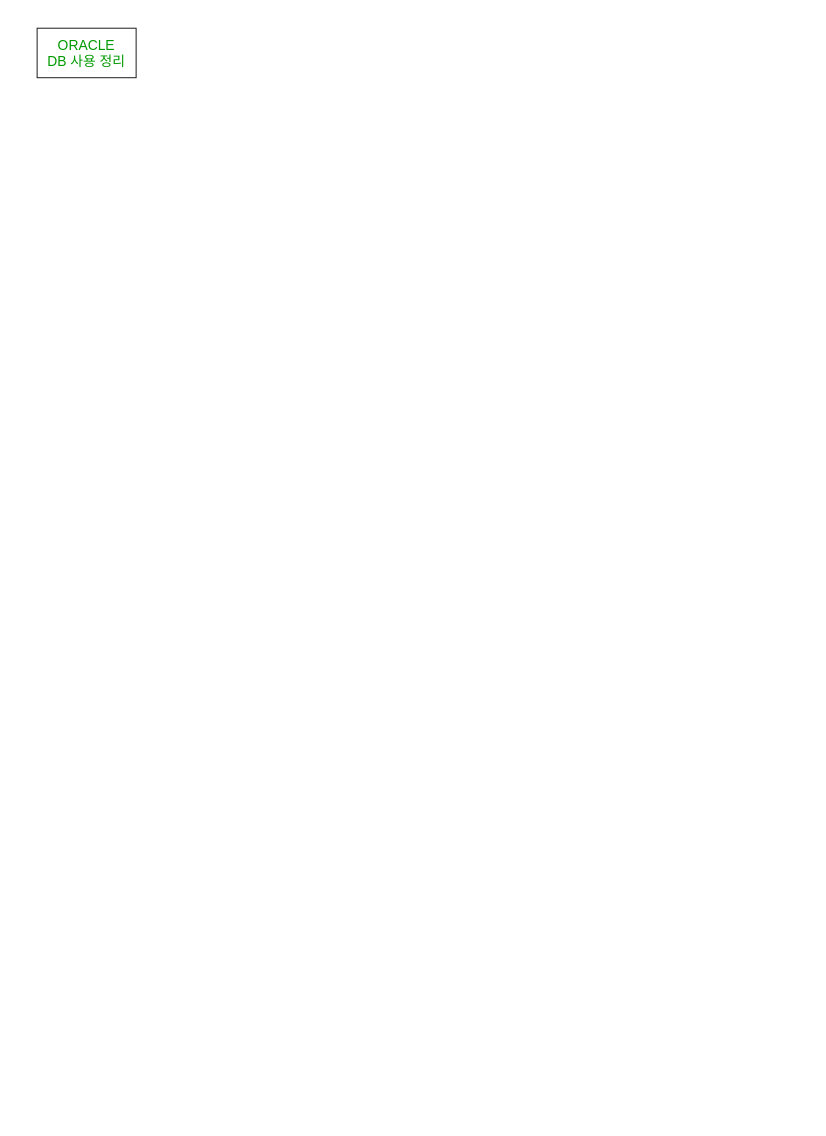
Before: page "ORACLE(SQL)" (16 of 22) of 제목 없는 다이어그램.drawio in toseeto123/prac, a draw.io diagram. Source tidied: cells renumbered, new cells numbered last; positions are measured from the earlier drawing's top-left corner, leaving out a move shared by most shapes. Both pictures are drawn from the tidied source at 99%, with x=0, y=0 at pixel (37, 28).
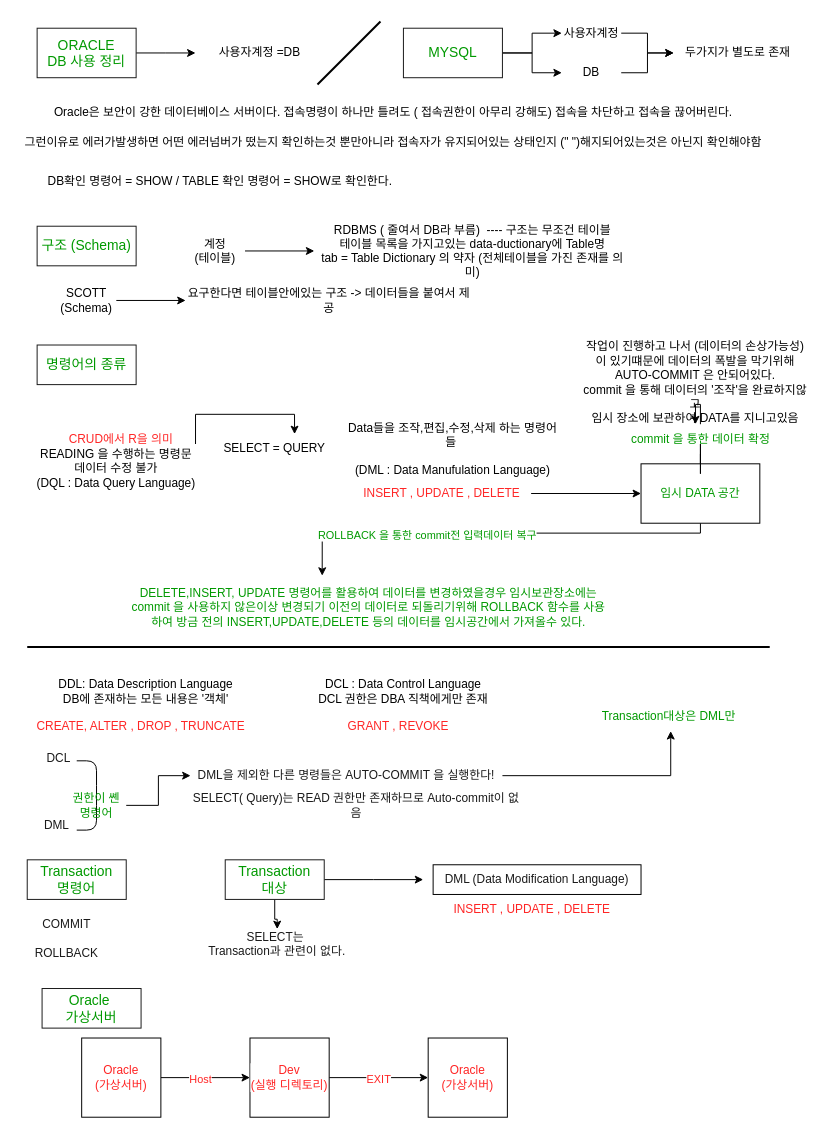
Above is the later version.

Commit message:
제목 없는 다이어그램.drawio 업데이트

Unchanged cells that the change refers to:
```xml
<mxCell id="2" value="ORACLE&lt;br&gt;DB 사용 정리" style="rounded=0;whiteSpace=wrap;html=1;fontSize=14;fontColor=#009900;strokeColor=#1A1A1A;" parent="1" vertex="1">
  <mxGeometry width="100" height="50" as="geometry" />
</mxCell>
```

The edit, as a diff of the source:
```diff
@@
+    <mxCell id="3" style="edgeStyle=orthogonalEdgeStyle;rounded=0;jettySize=auto;html=1;" parent="1" edge="1" source="2">
+      <mxGeometry relative="1" as="geometry">
+        <mxPoint x="160" y="25" as="targetPoint" />
+      </mxGeometry>
+    </mxCell>
@@
+    <mxCell id="4" value="Oracle은 보안이 강한 데이터베이스 서버이다. 접속명령이 하나만 틀려도 ( 접속권한이 아무리 강해도) 접속을 차단하고 접속을 끊어버린다." style="text;strokeColor=none;align=center;fillColor=none;html=1;verticalAlign=middle;whiteSpace=wrap;rounded=0;" parent="1" vertex="1">
+      <mxGeometry x="-20" y="70" width="760" height="30" as="geometry" />
+    </mxCell>
+    <mxCell id="5" value="그런이유로 에러가발생하면 어떤 에러넘버가 떴는지 확인하는것 뿐만아니라 접속자가 유지되어있는 상태인지 (&quot; &quot;)해지되어있는것은 아닌지 확인해야함" style="text;strokeColor=none;align=center;fillColor=none;html=1;verticalAlign=middle;whiteSpace=wrap;rounded=0;" parent="1" vertex="1">
+      <mxGeometry x="-20" y="100" width="760" height="30" as="geometry" />
+    </mxCell>
+    <mxCell id="6" value="사용자계정 =DB" style="text;strokeColor=none;align=center;fillColor=none;html=1;verticalAlign=middle;whiteSpace=wrap;rounded=0;" parent="1" vertex="1">
+      <mxGeometry x="170" y="10" width="110" height="30" as="geometry" />
+    </mxCell>
+    <mxCell id="7" style="line;strokeWidth=2;html=1;fontSize=12;fontColor=#3333FF;rotation=-45;" parent="1" vertex="1">
+      <mxGeometry x="270" y="20" width="90" height="10" as="geometry" />
+    </mxCell>
+    <mxCell id="8" style="edgeStyle=orthogonalEdgeStyle;rounded=0;jettySize=auto;html=1;entryX=0;entryY=0.5;entryDx=0;entryDy=0;" parent="1" edge="1" source="10" target="12">
+      <mxGeometry relative="1" as="geometry" />
+    </mxCell>
+    <mxCell id="9" style="edgeStyle=orthogonalEdgeStyle;rounded=0;jettySize=auto;html=1;entryX=0;entryY=0.5;entryDx=0;entryDy=0;" parent="1" edge="1" source="10" target="14">
+      <mxGeometry relative="1" as="geometry" />
+    </mxCell>
+    <mxCell id="10" value="MYSQL" style="rounded=0;whiteSpace=wrap;html=1;fontSize=14;fontColor=#009900;strokeColor=#1A1A1A;" parent="1" vertex="1">
+      <mxGeometry x="370" width="100" height="50" as="geometry" />
+    </mxCell>
+    <mxCell id="11" style="edgeStyle=orthogonalEdgeStyle;rounded=0;jettySize=auto;html=1;entryX=0;entryY=0.5;entryDx=0;entryDy=0;" parent="1" edge="1" source="12" target="15">
+      <mxGeometry relative="1" as="geometry" />
+    </mxCell>
+    <mxCell id="12" value="사용자계정" style="text;strokeColor=none;align=center;fillColor=none;html=1;verticalAlign=middle;whiteSpace=wrap;rounded=0;" parent="1" vertex="1">
+      <mxGeometry x="530" y="-10" width="60" height="30" as="geometry" />
+    </mxCell>
+    <mxCell id="13" style="edgeStyle=orthogonalEdgeStyle;rounded=0;jettySize=auto;html=1;" parent="1" edge="1" source="14" target="15">
+      <mxGeometry relative="1" as="geometry" />
+    </mxCell>
+    <mxCell id="14" value="DB" style="text;strokeColor=none;align=center;fillColor=none;html=1;verticalAlign=middle;whiteSpace=wrap;rounded=0;" parent="1" vertex="1">
+      <mxGeometry x="530" y="30" width="60" height="30" as="geometry" />
+    </mxCell>
+    <mxCell id="15" value="두가지가 별도로 존재" style="text;strokeColor=none;align=center;fillColor=none;html=1;verticalAlign=middle;whiteSpace=wrap;rounded=0;" parent="1" vertex="1">
+      <mxGeometry x="643" y="10" width="130" height="30" as="geometry" />
+    </mxCell>
+    <mxCell id="16" value="DB확인 명령어 = SHOW / TABLE 확인 명령어 = SHOW로 확인한다." style="text;strokeColor=none;align=center;fillColor=none;html=1;verticalAlign=middle;whiteSpace=wrap;rounded=0;" parent="1" vertex="1">
+      <mxGeometry y="140" width="370" height="30" as="geometry" />
+    </mxCell>
+    <mxCell id="17" value="구조 (Schema)" style="rounded=0;whiteSpace=wrap;html=1;fontSize=14;fontColor=#009900;strokeColor=#1A1A1A;" parent="1" vertex="1">
+      <mxGeometry y="200" width="100" height="40" as="geometry" />
+    </mxCell>
+    <mxCell id="18" style="edgeStyle=orthogonalEdgeStyle;rounded=0;jettySize=auto;html=1;entryX=0;entryY=0.5;entryDx=0;entryDy=0;" parent="1" edge="1" source="19" target="20">
+      <mxGeometry relative="1" as="geometry" />
+    </mxCell>
+    <mxCell id="19" value="SCOTT&lt;br&gt;(Schema)" style="text;strokeColor=none;align=center;fillColor=none;html=1;verticalAlign=middle;whiteSpace=wrap;rounded=0;" parent="1" vertex="1">
+      <mxGeometry x="20" y="260" width="60" height="30" as="geometry" />
+    </mxCell>
+    <mxCell id="20" value="요구한다면 테이블안에있는 구조 -&amp;gt; 데이터들을 붙여서 제공" style="text;strokeColor=none;align=center;fillColor=none;html=1;verticalAlign=middle;whiteSpace=wrap;rounded=0;" parent="1" vertex="1">
+      <mxGeometry x="150" y="260" width="290" height="30" as="geometry" />
+    </mxCell>
+    <mxCell id="21" style="edgeStyle=orthogonalEdgeStyle;rounded=0;jettySize=auto;html=1;entryX=0;entryY=0.5;entryDx=0;entryDy=0;" parent="1" edge="1" source="22" target="23">
+      <mxGeometry relative="1" as="geometry" />
+    </mxCell>
+    <mxCell id="22" value="계정&lt;br&gt;(테이블)" style="text;strokeColor=none;align=center;fillColor=none;html=1;verticalAlign=middle;whiteSpace=wrap;rounded=0;" parent="1" vertex="1">
+      <mxGeometry x="150" y="210" width="60" height="30" as="geometry" />
+    </mxCell>
+    <mxCell id="23" value="RDBMS ( 줄여서 DB라 부름)&amp;nbsp; ---- 구조는 무조건 테이블&lt;br&gt;테이블 목록을 가지고있는 data-ductionary에 Table명&lt;br&gt;tab = Table Dictionary 의 약자 (전체테이블을 가진 존재를 의미)" style="text;strokeColor=none;align=center;fillColor=none;html=1;verticalAlign=middle;whiteSpace=wrap;rounded=0;" parent="1" vertex="1">
+      <mxGeometry x="280" y="210" width="320" height="30" as="geometry" />
+    </mxCell>
+    <mxCell id="24" value="명령어의 종류" style="rounded=0;whiteSpace=wrap;html=1;fontSize=14;fontColor=#009900;strokeColor=#1A1A1A;" parent="1" vertex="1">
+      <mxGeometry y="320" width="100" height="40" as="geometry" />
+    </mxCell>
+    <mxCell id="25" value="SELECT = QUERY" style="text;strokeColor=none;align=center;fillColor=none;html=1;verticalAlign=middle;whiteSpace=wrap;rounded=0;" parent="1" vertex="1">
+      <mxGeometry x="180" y="410" width="120" height="30" as="geometry" />
+    </mxCell>
+    <mxCell id="26" style="edgeStyle=orthogonalEdgeStyle;rounded=0;jettySize=auto;html=1;entryX=0.667;entryY=0;entryDx=0;entryDy=0;entryPerimeter=0;fontColor=#FF2626;" parent="1" edge="1" source="27" target="25">
+      <mxGeometry relative="1" as="geometry">
+        <Array as="points">
+          <mxPoint x="160" y="390" />
+          <mxPoint x="260" y="390" />
+        </Array>
+      </mxGeometry>
+    </mxCell>
+    <mxCell id="27" value="READING 을 수행하는 명령문&lt;br&gt;데이터 수정 불가&lt;br&gt;(DQL : Data Query Language)" style="text;strokeColor=none;align=center;fillColor=none;html=1;verticalAlign=middle;whiteSpace=wrap;rounded=0;" parent="1" vertex="1">
+      <mxGeometry x="-10" y="420" width="180" height="50" as="geometry" />
+    </mxCell>
+    <mxCell id="28" value="CRUD에서 R을 의미" style="text;strokeColor=none;align=center;fillColor=none;html=1;verticalAlign=middle;whiteSpace=wrap;rounded=0;fontColor=#FF2626;" parent="1" vertex="1">
+      <mxGeometry x="20" y="400" width="130" height="30" as="geometry" />
+    </mxCell>
+    <mxCell id="29" value="Data들을 조작,편집,수정,삭제 하는 명령어들&amp;nbsp;&lt;br&gt;&lt;br&gt;(DML : Data Manufulation Language)" style="text;strokeColor=none;align=center;fillColor=none;html=1;verticalAlign=middle;whiteSpace=wrap;rounded=0;" parent="1" vertex="1">
+      <mxGeometry x="310" y="400" width="220" height="50" as="geometry" />
+    </mxCell>
+    <mxCell id="30" style="edgeStyle=orthogonalEdgeStyle;rounded=0;jettySize=auto;html=1;entryX=0;entryY=0.5;entryDx=0;entryDy=0;fontColor=#009900;" parent="1" edge="1" source="31" target="39">
+      <mxGeometry relative="1" as="geometry" />
+    </mxCell>
+    <mxCell id="31" value="INSERT , UPDATE , DELETE" style="text;strokeColor=none;align=center;fillColor=none;html=1;verticalAlign=middle;whiteSpace=wrap;rounded=0;fontColor=#FF2626;" parent="1" vertex="1">
+      <mxGeometry x="319" y="455" width="180" height="30" as="geometry" />
+    </mxCell>
+    <mxCell id="32" value="DDL: Data Description Language&lt;br&gt;DB에 존재하는 모든 내용은 '객체'" style="text;strokeColor=none;align=center;fillColor=none;html=1;verticalAlign=middle;whiteSpace=wrap;rounded=0;" parent="1" vertex="1">
+      <mxGeometry y="640" width="220" height="60" as="geometry" />
+    </mxCell>
+    <mxCell id="33" value="CREATE, ALTER , DROP , TRUNCATE" style="text;strokeColor=none;align=center;fillColor=none;html=1;verticalAlign=middle;whiteSpace=wrap;rounded=0;fontColor=#FF2626;" parent="1" vertex="1">
+      <mxGeometry x="-10" y="690" width="230" height="30" as="geometry" />
+    </mxCell>
+    <mxCell id="34" value="작업이 진행하고 나서 (데이터의 손상가능성)이 있기떄문에 데이터의 폭발을 막기위해 AUTO-COMMIT 은 안되어있다.&lt;br&gt;commit 을 통해 데이터의 '조작'을 완료하지않고&lt;br&gt;임시 장소에 보관하여 DATA를 지니고있음" style="text;strokeColor=none;align=center;fillColor=none;html=1;verticalAlign=middle;whiteSpace=wrap;rounded=0;" parent="1" vertex="1">
+      <mxGeometry x="550" y="315" width="230" height="85" as="geometry" />
+    </mxCell>
+    <mxCell id="35" value="DELETE,INSERT, UPDATE 명령어를 활용하여 데이터를 변경하였을경우 임시보관장소에는 commit 을 사용하지 않은이상 변경되기 이전의 데이터로 되돌리기위해 ROLLBACK 함수를 사용하여 방금 전의 INSERT,UPDATE,DELETE 등의 데이터를 임시공간에서 가져올수 있다." style="text;strokeColor=none;align=center;fillColor=none;html=1;verticalAlign=middle;whiteSpace=wrap;rounded=0;fontColor=#009900;" parent="1" vertex="1">
+      <mxGeometry x="90" y="555" width="490" height="60" as="geometry" />
+    </mxCell>
+    <mxCell id="36" style="edgeStyle=orthogonalEdgeStyle;rounded=0;jettySize=auto;html=1;fontColor=#009900;startArrow=none;" parent="1" edge="1" source="41" target="34">
+      <mxGeometry relative="1" as="geometry" />
+    </mxCell>
+    <mxCell id="37" style="edgeStyle=orthogonalEdgeStyle;rounded=0;jettySize=auto;html=1;entryX=0.404;entryY=-0.033;entryDx=0;entryDy=0;entryPerimeter=0;fontColor=#009900;" parent="1" edge="1" source="39" target="35">
+      <mxGeometry relative="1" as="geometry">
+        <Array as="points">
+          <mxPoint x="670" y="510" />
+          <mxPoint x="288" y="510" />
+        </Array>
+      </mxGeometry>
+    </mxCell>
+    <mxCell id="38" value="ROLLBACK 을 통한 commit전 입력데이터 복구" style="edgeLabel;html=1;align=center;verticalAlign=middle;fontColor=#009900;" parent="37" vertex="1">
+      <mxGeometry x="0.32" y="1" relative="1" as="geometry" />
+    </mxCell>
+    <mxCell id="39" value="임시 DATA 공간" style="whiteSpace=wrap;html=1;fontColor=#009900;" parent="1" vertex="1">
+      <mxGeometry x="610" y="440" width="120" height="60" as="geometry" />
+    </mxCell>
+    <mxCell id="40" style="edgeStyle=orthogonalEdgeStyle;rounded=0;jettySize=auto;html=1;fontColor=#009900;endArrow=none;" parent="1" edge="1" source="39" target="41">
+      <mxGeometry relative="1" as="geometry" />
+    </mxCell>
+    <mxCell id="41" value="commit 을 통한 데이터 확정" style="text;html=1;align=center;verticalAlign=middle;points=[];strokeColor=none;fillColor=none;fontColor=#009900;" parent="1" vertex="1">
+      <mxGeometry x="590" y="400" width="160" height="30" as="geometry" />
+    </mxCell>
+    <mxCell id="42" style="line;strokeWidth=2;html=1;fontSize=12;fontColor=#3333FF;" parent="1" vertex="1">
+      <mxGeometry x="-10" y="620" width="750" height="10" as="geometry" />
+    </mxCell>
+    <mxCell id="43" value="GRANT , REVOKE" style="text;strokeColor=none;align=center;fillColor=none;html=1;verticalAlign=middle;whiteSpace=wrap;rounded=0;fontColor=#FF2626;" parent="1" vertex="1">
+      <mxGeometry x="250" y="690" width="230" height="30" as="geometry" />
+    </mxCell>
+    <mxCell id="44" value="DCL : Data Control Language&lt;br&gt;DCL 권한은 DBA 직책에게만 존재" style="text;strokeColor=none;align=center;fillColor=none;html=1;verticalAlign=middle;whiteSpace=wrap;rounded=0;" parent="1" vertex="1">
+      <mxGeometry x="260" y="640" width="220" height="60" as="geometry" />
+    </mxCell>
+    <mxCell id="45" value="DCL" style="text;strokeColor=none;align=center;fillColor=none;html=1;verticalAlign=middle;whiteSpace=wrap;rounded=0;fontColor=#1A1A1A;" parent="1" vertex="1">
+      <mxGeometry x="-8" y="723" width="60" height="30" as="geometry" />
+    </mxCell>
+    <mxCell id="46" value="DML" style="text;strokeColor=none;align=center;fillColor=none;html=1;verticalAlign=middle;whiteSpace=wrap;rounded=0;fontColor=#1A1A1A;" parent="1" vertex="1">
+      <mxGeometry x="-10" y="790" width="60" height="30" as="geometry" />
+    </mxCell>
+    <mxCell id="47" style="shape=curlyBracket;whiteSpace=wrap;html=1;rounded=1;labelPosition=left;verticalLabelPosition=middle;align=right;verticalAlign=middle;fontSize=13;fontColor=#FF2424;size=0;rotation=-180;" parent="1" vertex="1">
+      <mxGeometry x="40" y="740" width="20" height="70" as="geometry" />
+    </mxCell>
+    <mxCell id="48" style="edgeStyle=orthogonalEdgeStyle;rounded=0;jettySize=auto;html=1;fontColor=#009900;entryX=0;entryY=0.5;entryDx=0;entryDy=0;" parent="1" edge="1" source="49" target="51">
+      <mxGeometry relative="1" as="geometry" />
+    </mxCell>
+    <mxCell id="49" value="권한이 쏀 명령어" style="text;strokeColor=none;align=center;fillColor=none;html=1;verticalAlign=middle;whiteSpace=wrap;rounded=0;fontColor=#009900;" parent="1" vertex="1">
+      <mxGeometry x="30" y="770" width="60" height="30" as="geometry" />
+    </mxCell>
+    <mxCell id="50" style="edgeStyle=orthogonalEdgeStyle;rounded=0;jettySize=auto;html=1;fontColor=#009900;entryX=0.5;entryY=1;entryDx=0;entryDy=0;" parent="1" edge="1" source="51" target="53">
+      <mxGeometry relative="1" as="geometry" />
+    </mxCell>
+    <mxCell id="51" value="DML을 제외한 다른 명령들은 AUTO-COMMIT 을 실행한다!" style="text;strokeColor=none;align=center;fillColor=none;html=1;verticalAlign=middle;whiteSpace=wrap;rounded=0;fontColor=#1A1A1A;" parent="1" vertex="1">
+      <mxGeometry x="155" y="740" width="315" height="30" as="geometry" />
+    </mxCell>
+    <mxCell id="52" value="SELECT( Query)는 READ 권한만 존재하므로 Auto-commit이 없음" style="text;strokeColor=none;align=center;fillColor=none;html=1;verticalAlign=middle;whiteSpace=wrap;rounded=0;fontColor=#1A1A1A;" parent="1" vertex="1">
+      <mxGeometry x="155" y="770" width="335" height="30" as="geometry" />
+    </mxCell>
+    <mxCell id="53" value="Transaction대상은 DML만&amp;nbsp;" style="text;strokeColor=none;align=center;fillColor=none;html=1;verticalAlign=middle;whiteSpace=wrap;rounded=0;fontColor=#009900;" parent="1" vertex="1">
+      <mxGeometry x="530" y="680" width="220" height="30" as="geometry" />
+    </mxCell>
+    <mxCell id="54" value="Transaction&lt;br&gt;명령어" style="rounded=0;whiteSpace=wrap;html=1;fontSize=14;fontColor=#009900;strokeColor=#1A1A1A;" parent="1" vertex="1">
+      <mxGeometry x="-10" y="840" width="100" height="40" as="geometry" />
+    </mxCell>
+    <mxCell id="55" value="COMMIT" style="text;strokeColor=none;align=center;fillColor=none;html=1;verticalAlign=middle;whiteSpace=wrap;rounded=0;fontColor=#1A1A1A;" parent="1" vertex="1">
+      <mxGeometry y="890" width="60" height="30" as="geometry" />
+    </mxCell>
+    <mxCell id="56" value="ROLLBACK" style="text;strokeColor=none;align=center;fillColor=none;html=1;verticalAlign=middle;whiteSpace=wrap;rounded=0;fontColor=#1A1A1A;" parent="1" vertex="1">
+      <mxGeometry y="920" width="60" height="30" as="geometry" />
+    </mxCell>
+    <mxCell id="57" style="edgeStyle=orthogonalEdgeStyle;rounded=0;jettySize=auto;html=1;fontColor=#1A1A1A;" parent="1" edge="1" source="59">
+      <mxGeometry relative="1" as="geometry">
+        <mxPoint x="390" y="860" as="targetPoint" />
+      </mxGeometry>
+    </mxCell>
+    <mxCell id="58" style="edgeStyle=orthogonalEdgeStyle;rounded=0;jettySize=auto;html=1;entryX=0.5;entryY=0;entryDx=0;entryDy=0;fontColor=#1A1A1A;" parent="1" edge="1" source="59" target="62">
+      <mxGeometry relative="1" as="geometry" />
+    </mxCell>
+    <mxCell id="59" value="Transaction&lt;br&gt;대상" style="rounded=0;whiteSpace=wrap;html=1;fontSize=14;fontColor=#009900;strokeColor=#1A1A1A;" parent="1" vertex="1">
+      <mxGeometry x="190" y="840" width="100" height="40" as="geometry" />
+    </mxCell>
+    <mxCell id="60" value="DML (Data Modification Language)" style="whiteSpace=wrap;html=1;fontColor=#1A1A1A;" parent="1" vertex="1">
+      <mxGeometry x="400" y="845" width="210" height="30" as="geometry" />
+    </mxCell>
+    <mxCell id="61" value="INSERT , UPDATE , DELETE" style="text;strokeColor=none;align=center;fillColor=none;html=1;verticalAlign=middle;whiteSpace=wrap;rounded=0;fontColor=#FF2424;labelBackgroundColor=none;" parent="1" vertex="1">
+      <mxGeometry x="410" y="875" width="180" height="30" as="geometry" />
+    </mxCell>
+    <mxCell id="62" value="SELECT는&amp;nbsp;&lt;br&gt;Transaction과 관련이 없다." style="text;strokeColor=none;align=center;fillColor=none;html=1;verticalAlign=middle;whiteSpace=wrap;rounded=0;fontColor=#1A1A1A;" parent="1" vertex="1">
+      <mxGeometry x="166" y="910" width="153" height="30" as="geometry" />
+    </mxCell>
+    <mxCell id="63" style="edgeStyle=orthogonalEdgeStyle;rounded=0;jettySize=auto;html=1;entryX=0;entryY=0.5;entryDx=0;entryDy=0;fontColor=#FF2424;" parent="1" edge="1" source="65" target="68">
+      <mxGeometry relative="1" as="geometry" />
+    </mxCell>
+    <mxCell id="64" value="Host" style="edgeLabel;html=1;align=center;verticalAlign=middle;fontColor=#FF2424;" parent="63" vertex="1">
+      <mxGeometry x="-0.13" y="-1" relative="1" as="geometry" />
+    </mxCell>
+    <mxCell id="65" value="Oracle&lt;br&gt;(가상서버)" style="whiteSpace=wrap;html=1;labelBackgroundColor=default;fontColor=#FF2424;" parent="1" vertex="1">
+      <mxGeometry x="45" y="1020" width="80" height="80" as="geometry" />
+    </mxCell>
+    <mxCell id="66" style="edgeStyle=orthogonalEdgeStyle;rounded=0;jettySize=auto;html=1;entryX=0;entryY=0.5;entryDx=0;entryDy=0;fontColor=#FF2424;" parent="1" edge="1" source="68" target="69">
+      <mxGeometry relative="1" as="geometry" />
+    </mxCell>
+    <mxCell id="67" value="EXIT" style="edgeLabel;html=1;align=center;verticalAlign=middle;fontColor=#FF2424;" parent="66" vertex="1">
+      <mxGeometry x="-0.22" y="-1" relative="1" as="geometry">
+        <mxPoint x="10" as="offset" />
+      </mxGeometry>
+    </mxCell>
+    <mxCell id="68" value="Dev&lt;br&gt;(실행 디렉토리)" style="whiteSpace=wrap;html=1;labelBackgroundColor=default;fontColor=#FF2424;" parent="1" vertex="1">
+      <mxGeometry x="215" y="1020" width="80" height="80" as="geometry" />
+    </mxCell>
+    <mxCell id="69" value="Oracle&lt;br&gt;(가상서버)" style="whiteSpace=wrap;html=1;labelBackgroundColor=default;fontColor=#FF2424;" parent="1" vertex="1">
+      <mxGeometry x="395" y="1020" width="80" height="80" as="geometry" />
+    </mxCell>
+    <mxCell id="70" value="Oracle&amp;nbsp;&lt;br&gt;가상서버" style="rounded=0;whiteSpace=wrap;html=1;fontSize=14;fontColor=#009900;strokeColor=#1A1A1A;" parent="1" vertex="1">
+      <mxGeometry x="5" y="970" width="100" height="40" as="geometry" />
+    </mxCell>
```
